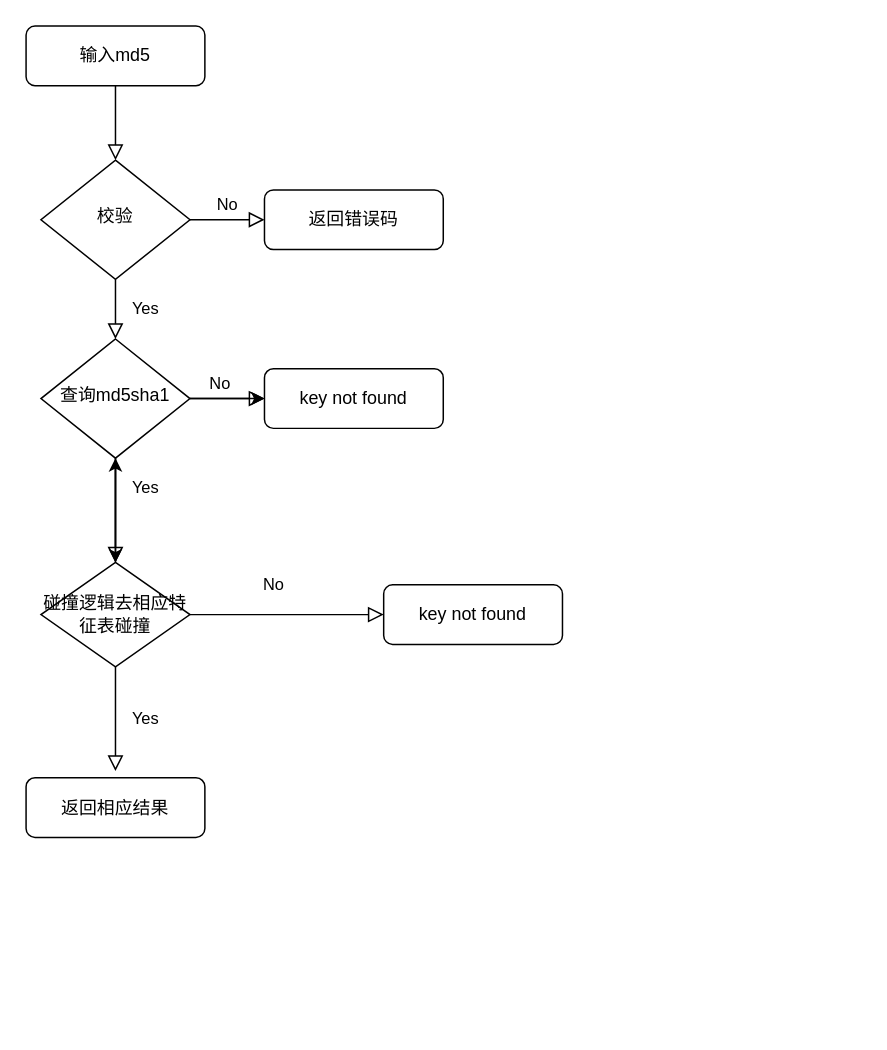
The draw.io diagram Untitled Diagram.drawio in ZYMASK/found-work-test, before the edit. Source tidied: cells renumbered, new cells numbered last; positions are measured from the earlier drawing's top-left corner, leaving out a move shared by most shapes. Both pictures are drawn from the tidied source at 149%, with x=0, y=0 at pixel (25, 25).
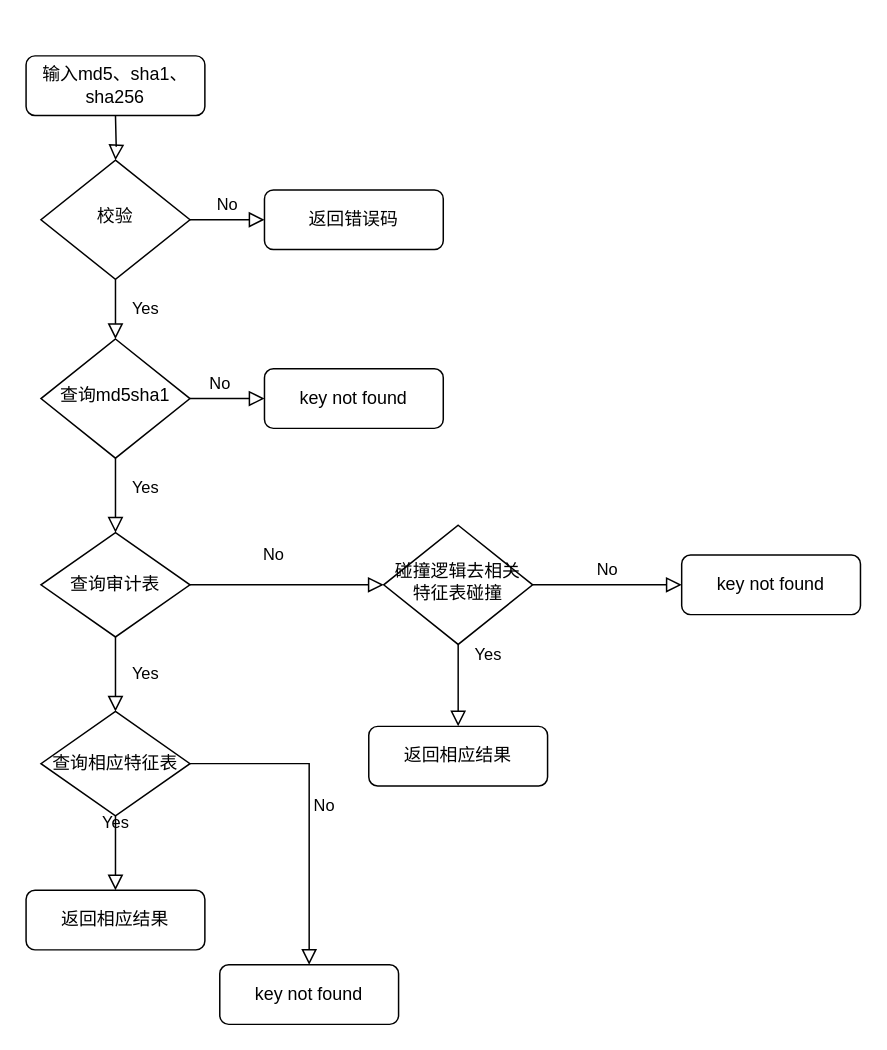
After the change.

Unchanged cells that the change refers to:
```xml
<mxCell id="6" value="校验" style="rhombus;whiteSpace=wrap;html=1;shadow=0;fontFamily=Helvetica;fontSize=12;align=center;strokeWidth=1;spacing=6;spacingTop=-4;" parent="1" vertex="1">
  <mxGeometry x="10" y="90" width="100" height="80" as="geometry" />
</mxCell>
<mxCell id="12" value="查询md5sha1" style="rhombus;whiteSpace=wrap;html=1;shadow=0;fontFamily=Helvetica;fontSize=12;align=center;strokeWidth=1;spacing=6;spacingTop=-4;" parent="1" vertex="1">
  <mxGeometry x="10" y="210" width="100" height="80" as="geometry" />
</mxCell>
<mxCell id="13" value="key not found" style="rounded=1;whiteSpace=wrap;html=1;fontSize=12;glass=0;strokeWidth=1;shadow=0;" parent="1" vertex="1">
  <mxGeometry x="160" y="230" width="120" height="40" as="geometry" />
</mxCell>
```

Diff of the diagram source:
```diff
@@
-    <mxCell id="2" style="rounded=0;html=1;jettySize=auto;fontSize=11;endArrow=block;endFill=0;endSize=8;strokeWidth=1;shadow=0;labelBackgroundColor=none;edgeStyle=orthogonalEdgeStyle;" parent="1" edge="1" source="3" target="6">
-      <mxGeometry relative="1" as="geometry" />
+    <mxCell id="2" style="rounded=0;html=1;jettySize=auto;fontSize=11;endArrow=block;endFill=0;endSize=8;strokeWidth=1;shadow=0;labelBackgroundColor=none;edgeStyle=orthogonalEdgeStyle;" parent="1" edge="1" target="6">
+      <mxGeometry relative="1" as="geometry">
+        <mxPoint x="60" y="60" as="sourcePoint" />
+      </mxGeometry>
     </mxCell>
-    <mxCell id="3" value="输入md5" style="rounded=1;whiteSpace=wrap;html=1;fontSize=12;glass=0;strokeWidth=1;shadow=0;" parent="1" vertex="1">
-      <mxGeometry width="120" height="40" as="geometry" />
+    <mxCell id="3" value="输入md5、sha1、sha256" style="rounded=1;whiteSpace=wrap;html=1;fontSize=12;glass=0;strokeWidth=1;shadow=0;" parent="1" vertex="1">
+      <mxGeometry y="20" width="120" height="40" as="geometry" />
     </mxCell>
@@
     <mxCell id="8" value="No" style="rounded=0;html=1;jettySize=auto;fontSize=11;endArrow=block;endFill=0;endSize=8;strokeWidth=1;shadow=0;labelBackgroundColor=none;edgeStyle=orthogonalEdgeStyle;" parent="1" edge="1" source="12">
       <mxGeometry x="-1" y="86" relative="1" as="geometry">
-        <mxPoint x="60" y="360" as="targetPoint" />
+        <mxPoint x="60" y="340" as="targetPoint" />
         <Array as="points">
           <mxPoint x="60" y="340" />
           <mxPoint x="60" y="340" />
         </Array>
         <mxPoint x="-16" y="-50" as="offset" />
       </mxGeometry>
     </mxCell>
@@
-    <mxCell id="10" style="edgeStyle=orthogonalEdgeStyle;rounded=0;jettySize=auto;html=1;" parent="1" edge="1" source="12" target="13">
-      <mxGeometry relative="1" as="geometry" />
-    </mxCell>
-    <mxCell id="11" style="edgeStyle=orthogonalEdgeStyle;rounded=0;jettySize=auto;html=1;shadow=0;fontFamily=Helvetica;" parent="1" edge="1" source="12" target="15">
-      <mxGeometry relative="1" as="geometry" />
-    </mxCell>
@@
-    <mxCell id="14" style="edgeStyle=orthogonalEdgeStyle;rounded=0;jettySize=auto;html=1;shadow=0;fontFamily=Helvetica;" parent="1" edge="1" source="15" target="12">
-      <mxGeometry relative="1" as="geometry" />
-    </mxCell>
-    <mxCell id="15" value="碰撞逻辑去相应特征表碰撞" style="rhombus;whiteSpace=wrap;html=1;" parent="1" vertex="1">
-      <mxGeometry x="10" y="360" width="100" height="70" as="geometry" />
+    <mxCell id="15" value="查询审计表" style="rhombus;whiteSpace=wrap;html=1;" parent="1" vertex="1">
+      <mxGeometry x="10" y="340" width="100" height="70" as="geometry" />
     </mxCell>
-    <mxCell id="16" value="No" style="rounded=0;html=1;jettySize=auto;fontSize=11;endArrow=block;endFill=0;endSize=8;strokeWidth=1;shadow=0;labelBackgroundColor=none;edgeStyle=orthogonalEdgeStyle;exitX=1;exitY=0.5;exitDx=0;exitDy=0;" parent="1" edge="1" source="15">
+    <mxCell id="16" value="No" style="rounded=0;html=1;jettySize=auto;fontSize=11;endArrow=block;endFill=0;endSize=8;strokeWidth=1;shadow=0;labelBackgroundColor=none;edgeStyle=orthogonalEdgeStyle;exitX=1;exitY=0.5;exitDx=0;exitDy=0;entryX=0;entryY=0.5;entryDx=0;entryDy=0;" parent="1" edge="1" source="15">
       <mxGeometry x="-0.14" y="20" relative="1" as="geometry">
-        <mxPoint x="240" y="395" as="targetPoint" />
-        <Array as="points">
-          <mxPoint x="240" y="395" />
-          <mxPoint x="240" y="395" />
-        </Array>
+        <mxPoint x="240" y="375" as="targetPoint" />
       </mxGeometry>
     </mxCell>
-    <mxCell id="17" value="key not found" style="rounded=1;whiteSpace=wrap;html=1;fontSize=12;glass=0;strokeWidth=1;shadow=0;" parent="1" vertex="1">
-      <mxGeometry x="240" y="375" width="120" height="40" as="geometry" />
-    </mxCell>
     <mxCell id="18" value="Yes" style="rounded=0;html=1;jettySize=auto;fontSize=11;endArrow=block;endFill=0;endSize=8;strokeWidth=1;shadow=0;labelBackgroundColor=none;edgeStyle=orthogonalEdgeStyle;exitX=0.5;exitY=1;exitDx=0;exitDy=0;" parent="1" edge="1" source="15">
       <mxGeometry y="20" relative="1" as="geometry">
-        <mxPoint x="60" y="500" as="targetPoint" />
+        <mxPoint x="60" y="460" as="targetPoint" />
         <Array as="points">
           <mxPoint x="60" y="460" />
           <mxPoint x="60" y="460" />
         </Array>
       </mxGeometry>
     </mxCell>
     <mxCell id="19" value="返回相应结果" style="rounded=1;whiteSpace=wrap;html=1;fontSize=12;glass=0;strokeWidth=1;shadow=0;" parent="1" vertex="1">
-      <mxGeometry y="504.5" width="120" height="40" as="geometry" />
+      <mxGeometry y="580" width="120" height="40" as="geometry" />
     </mxCell>
+    <mxCell id="20" value="碰撞逻辑去相关特征表碰撞" style="rhombus;whiteSpace=wrap;html=1;shadow=0;fontFamily=Helvetica;fontSize=12;align=center;strokeWidth=1;spacing=6;spacingTop=-4;" parent="1" vertex="1">
+      <mxGeometry x="240" y="335" width="100" height="80" as="geometry" />
+    </mxCell>
+    <mxCell id="21" value="Yes" style="rounded=0;html=1;jettySize=auto;fontSize=11;endArrow=block;endFill=0;endSize=8;strokeWidth=1;shadow=0;labelBackgroundColor=none;edgeStyle=orthogonalEdgeStyle;exitX=0.5;exitY=1;exitDx=0;exitDy=0;" parent="1" edge="1" source="20">
+      <mxGeometry x="-0.76" y="20" relative="1" as="geometry">
+        <mxPoint x="290" y="470" as="targetPoint" />
+        <Array as="points">
+          <mxPoint x="290" y="450" />
+        </Array>
+      </mxGeometry>
+    </mxCell>
+    <mxCell id="22" value="返回相应结果" style="rounded=1;whiteSpace=wrap;html=1;fontSize=12;glass=0;strokeWidth=1;shadow=0;" parent="1" vertex="1">
+      <mxGeometry x="230" y="470" width="120" height="40" as="geometry" />
+    </mxCell>
+    <mxCell id="23" value="No" style="edgeStyle=orthogonalEdgeStyle;rounded=0;html=1;jettySize=auto;fontSize=11;endArrow=block;endFill=0;endSize=8;strokeWidth=1;shadow=0;labelBackgroundColor=none;exitX=1;exitY=0.5;exitDx=0;exitDy=0;" parent="1" edge="1" source="20">
+      <mxGeometry y="10" relative="1" as="geometry">
+        <mxPoint x="440" y="375" as="targetPoint" />
+        <Array as="points">
+          <mxPoint x="440" y="375" />
+        </Array>
+      </mxGeometry>
+    </mxCell>
+    <mxCell id="24" value="key not found" style="rounded=1;whiteSpace=wrap;html=1;fontSize=12;glass=0;strokeWidth=1;shadow=0;" parent="1" vertex="1">
+      <mxGeometry x="440" y="355" width="120" height="40" as="geometry" />
+    </mxCell>
+    <mxCell id="25" value="查询相应特征表" style="rhombus;whiteSpace=wrap;html=1;" parent="1" vertex="1">
+      <mxGeometry x="10" y="460" width="100" height="70" as="geometry" />
+    </mxCell>
+    <mxCell id="17" value="Yes" style="rounded=0;html=1;jettySize=auto;fontSize=11;endArrow=block;endFill=0;endSize=8;strokeWidth=1;shadow=0;labelBackgroundColor=none;edgeStyle=orthogonalEdgeStyle;exitX=0.5;exitY=1;exitDx=0;exitDy=0;" parent="1" edge="1" source="25">
+      <mxGeometry y="20" relative="1" as="geometry">
+        <mxPoint x="60" y="580" as="targetPoint" />
+      </mxGeometry>
+    </mxCell>
+    <mxCell id="14" value="No" style="edgeStyle=orthogonalEdgeStyle;rounded=0;html=1;jettySize=auto;fontSize=11;endArrow=block;endFill=0;endSize=8;strokeWidth=1;shadow=0;labelBackgroundColor=none;exitX=1;exitY=0.5;exitDx=0;exitDy=0;entryX=0.5;entryY=0;entryDx=0;entryDy=0;" parent="1" edge="1" source="25" target="11">
+      <mxGeometry y="10" relative="1" as="geometry">
+        <Array as="points">
+          <mxPoint x="190" y="495" />
+          <mxPoint x="190" y="610" />
+        </Array>
+      </mxGeometry>
+    </mxCell>
+    <mxCell id="11" value="key not found" style="rounded=1;whiteSpace=wrap;html=1;fontSize=12;glass=0;strokeWidth=1;shadow=0;" parent="1" vertex="1">
+      <mxGeometry x="130" y="630" width="120" height="40" as="geometry" />
+    </mxCell>
```
